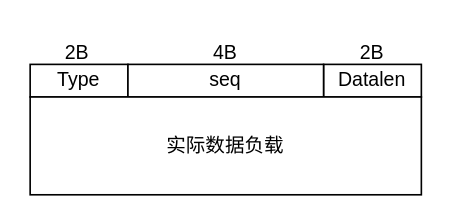
The draw.io diagram grad-design/协议.drawio in aluebo/draw.io, before the edit. Source tidied: cells renumbered, new cells numbered last; positions are measured from the earlier drawing's top-left corner, leaving out a move shared by most shapes. Both pictures are drawn from the tidied source at 163%, with x=0, y=0 at pixel (28, 28).
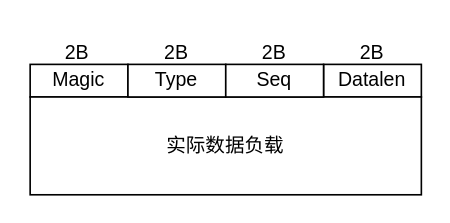
The same diagram, later.

Change to the diagram source:
```diff
@@
 <mxGraphModel>
   <root>
     <mxCell id="0" />
     <mxCell id="1" parent="0" />
-    <mxCell id="2" value="Type" style="rounded=0;whiteSpace=wrap;html=1;" parent="1" vertex="1">
+    <mxCell id="2" value="Magic" style="rounded=0;whiteSpace=wrap;html=1;" parent="1" vertex="1">
       <mxGeometry x="1" y="22" width="60" height="20" as="geometry" />
     </mxCell>
     <mxCell id="3" value="Datalen" style="rounded=0;whiteSpace=wrap;html=1;" parent="1" vertex="1">
       <mxGeometry x="181" y="22" width="60" height="20" as="geometry" />
     </mxCell>
-    <mxCell id="4" value="seq" style="rounded=0;whiteSpace=wrap;html=1;" parent="1" vertex="1">
-      <mxGeometry x="61" y="22" width="120" height="20" as="geometry" />
-    </mxCell>
     <mxCell id="5" value="实际数据负载" style="rounded=0;whiteSpace=wrap;html=1;" parent="1" vertex="1">
       <mxGeometry x="1" y="42" width="240" height="60" as="geometry" />
     </mxCell>
     <mxCell id="6" value="2B" style="text;html=1;whiteSpace=wrap;strokeColor=none;fillColor=none;align=center;verticalAlign=middle;rounded=0;" parent="1" vertex="1">
       <mxGeometry width="60" height="30" as="geometry" />
     </mxCell>
-    <mxCell id="7" value="4B" style="text;html=1;whiteSpace=wrap;strokeColor=none;fillColor=none;align=center;verticalAlign=middle;rounded=0;" parent="1" vertex="1">
-      <mxGeometry x="91" width="60" height="30" as="geometry" />
-    </mxCell>
     <mxCell id="8" value="2B" style="text;html=1;whiteSpace=wrap;strokeColor=none;fillColor=none;align=center;verticalAlign=middle;rounded=0;" parent="1" vertex="1">
       <mxGeometry x="181" width="60" height="30" as="geometry" />
     </mxCell>
+    <mxCell id="9" value="Type" style="rounded=0;whiteSpace=wrap;html=1;" parent="1" vertex="1">
+      <mxGeometry x="61" y="22" width="60" height="20" as="geometry" />
+    </mxCell>
+    <mxCell id="10" value="Seq" style="rounded=0;whiteSpace=wrap;html=1;" parent="1" vertex="1">
+      <mxGeometry x="121" y="22" width="60" height="20" as="geometry" />
+    </mxCell>
+    <mxCell id="11" value="2B" style="text;html=1;whiteSpace=wrap;strokeColor=none;fillColor=none;align=center;verticalAlign=middle;rounded=0;" parent="1" vertex="1">
+      <mxGeometry x="61" width="60" height="30" as="geometry" />
+    </mxCell>
+    <mxCell id="12" value="2B" style="text;html=1;whiteSpace=wrap;strokeColor=none;fillColor=none;align=center;verticalAlign=middle;rounded=0;" parent="1" vertex="1">
+      <mxGeometry x="121" width="60" height="30" as="geometry" />
+    </mxCell>
   </root>
 </mxGraphModel>
```
